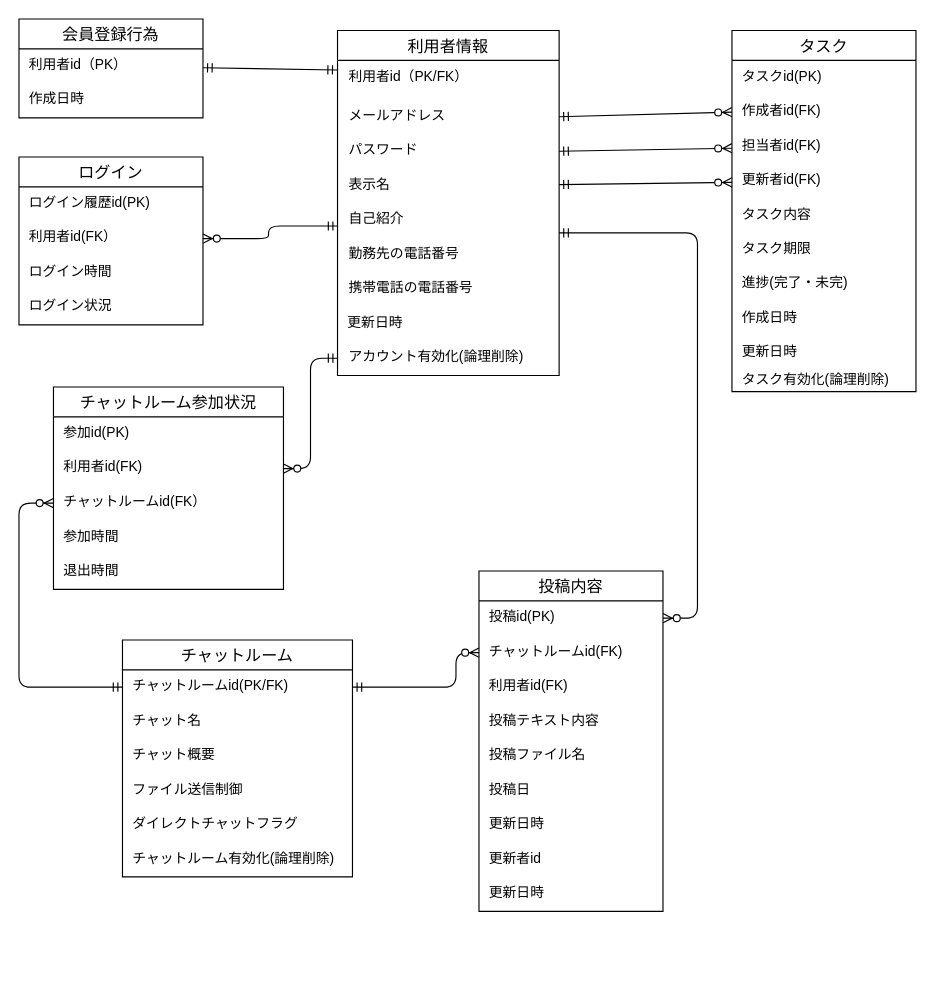
Earlier version of the draw.io diagram db/db-challenge1/チャットルームER図.drawio (ytaka0407/quelcode-db). Source tidied: cells renumbered, new cells numbered last; positions are measured from the earlier drawing's top-left corner, leaving out a move shared by most shapes. Both pictures are drawn from the tidied source at 115%, with x=0, y=0 at pixel (18, 18).
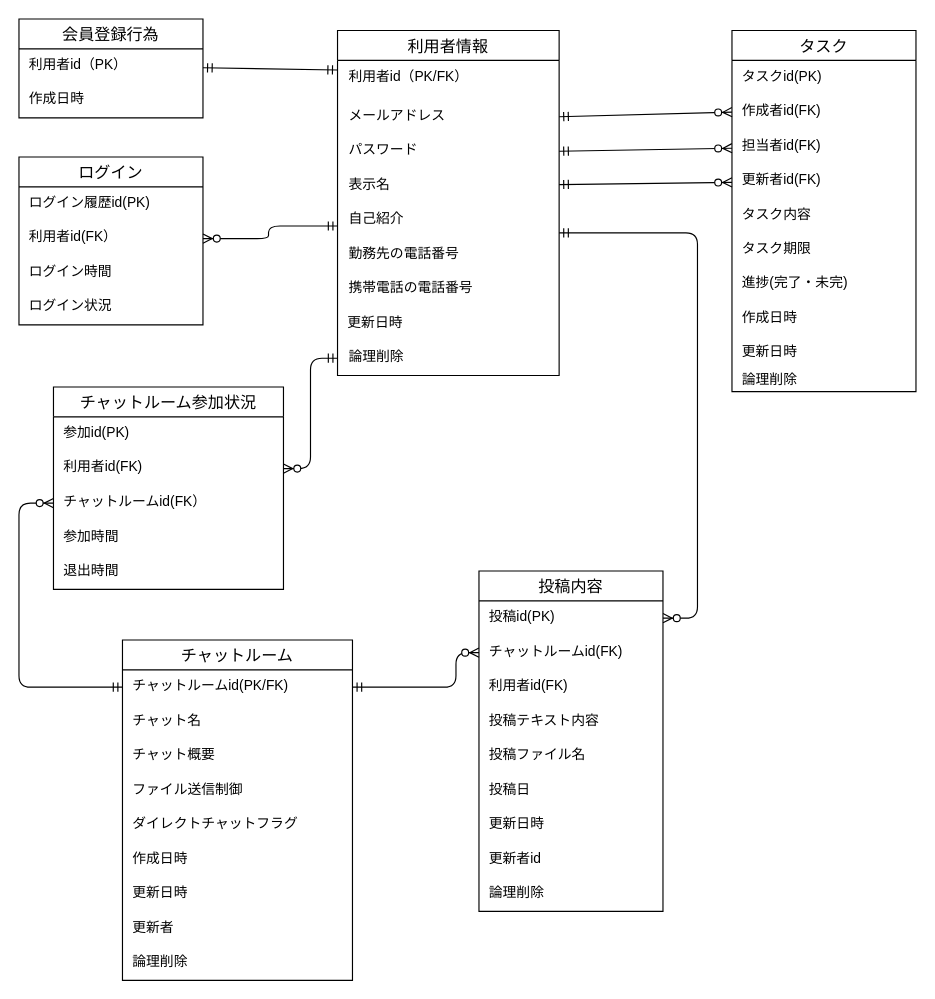
After the change.

Commit message:
論理削除のカラムの名称を統一・投稿内容のカラムの重複を修正・チャットルームテーブルにカラム追加

The change refers to these unchanged cells:
```xml
<mxCell id="6" value="利用者情報" style="swimlane;fontStyle=0;horizontal=1;startSize=26;align=center;fontSize=14;" parent="1" vertex="1">
  <mxGeometry x="277" y="10" width="192.7" height="300" as="geometry" />
</mxCell>
<mxCell id="29" value="タスク" style="swimlane;fontStyle=0;horizontal=1;startSize=26;align=center;fontSize=14;" parent="1" vertex="1">
  <mxGeometry x="620" y="10" width="160" height="314" as="geometry" />
</mxCell>
<mxCell id="47" value="投稿内容" style="swimlane;fontStyle=0;horizontal=1;startSize=26;align=center;fontSize=14;" parent="1" vertex="1">
  <mxGeometry x="400" y="480" width="160" height="296" as="geometry" />
</mxCell>
```

The edit, as a diff of the source:
```diff
@@
-    <mxCell id="16" value="アカウント有効化(論理削除)" style="text;strokeColor=none;fillColor=none;spacingLeft=8;spacingRight=0;overflow=hidden;points=[[0,0.5],[1,0.5]];portConstraint=eastwest;fontSize=12;" parent="6" vertex="1">
+    <mxCell id="16" value="論理削除" style="text;strokeColor=none;fillColor=none;spacingLeft=8;spacingRight=0;overflow=hidden;points=[[0,0.5],[1,0.5]];portConstraint=eastwest;fontSize=12;" parent="6" vertex="1">
       <mxGeometry y="270" width="192.7" height="30" as="geometry" />
     </mxCell>
@@
-    <mxCell id="39" value="タスク有効化(論理削除)" style="text;strokeColor=none;fillColor=none;spacingLeft=7;spacingRight=4;overflow=hidden;fontSize=12;" parent="29" vertex="1">
+    <mxCell id="39" value="論理削除" style="text;strokeColor=none;fillColor=none;spacingLeft=7;spacingRight=4;overflow=hidden;fontSize=12;" parent="29" vertex="1">
       <mxGeometry y="290" width="160" height="24" as="geometry" />
     </mxCell>
     <mxCell id="40" value="チャットルーム" style="swimlane;fontStyle=0;horizontal=1;startSize=26;align=center;fontSize=14;" parent="1" vertex="1">
-      <mxGeometry x="90" y="540" width="200" height="206" as="geometry" />
+      <mxGeometry x="90" y="540" width="200" height="296" as="geometry" />
     </mxCell>
@@
+    <mxCell id="63" value="作成日時" style="text;strokeColor=none;fillColor=none;spacingLeft=7;spacingRight=4;overflow=hidden;fontSize=12;" parent="40" vertex="1">
+      <mxGeometry y="176" width="200" height="30" as="geometry" />
+    </mxCell>
+    <mxCell id="56" value="更新日時" style="text;strokeColor=none;fillColor=none;spacingLeft=7;spacingRight=4;overflow=hidden;fontSize=12;" parent="40" vertex="1">
+      <mxGeometry y="206" width="200" height="30" as="geometry" />
+    </mxCell>
+    <mxCell id="64" value="更新者" style="text;strokeColor=none;fillColor=none;spacingLeft=7;spacingRight=4;overflow=hidden;fontSize=12;" parent="40" vertex="1">
+      <mxGeometry y="236" width="200" height="30" as="geometry" />
+    </mxCell>
-    <mxCell id="46" value="チャットルーム有効化(論理削除)" style="text;strokeColor=none;fillColor=none;spacingLeft=7;spacingRight=4;overflow=hidden;fontSize=12;" parent="40" vertex="1">
-      <mxGeometry y="176" width="200" height="30" as="geometry" />
+    <mxCell id="46" value="論理削除" style="text;strokeColor=none;fillColor=none;spacingLeft=7;spacingRight=4;overflow=hidden;fontSize=12;" parent="40" vertex="1">
+      <mxGeometry y="266" width="200" height="30" as="geometry" />
     </mxCell>
@@
-    <mxCell id="56" value="更新日時" style="text;strokeColor=none;fillColor=none;spacingLeft=7;spacingRight=4;overflow=hidden;fontSize=12;" parent="47" vertex="1">
-      <mxGeometry y="266" width="160" height="30" as="geometry" />
-    </mxCell>
+    <mxCell id="65" value="論理削除" style="text;strokeColor=none;fillColor=none;spacingLeft=7;spacingRight=4;overflow=hidden;fontSize=12;" parent="47" vertex="1">
+      <mxGeometry y="266" width="160" height="30" as="geometry" />
+    </mxCell>
```
